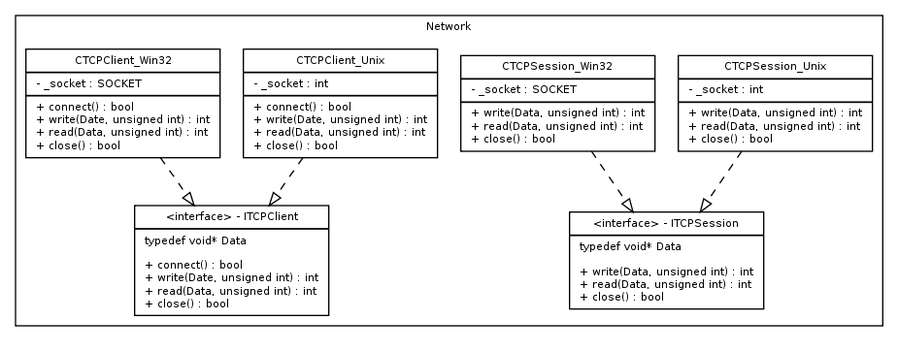
The Graphviz diagram doc/dot/socket.png in Surogate/airtipe, before a commit. Its source is kept beside it as doc/dot/socket.dot.
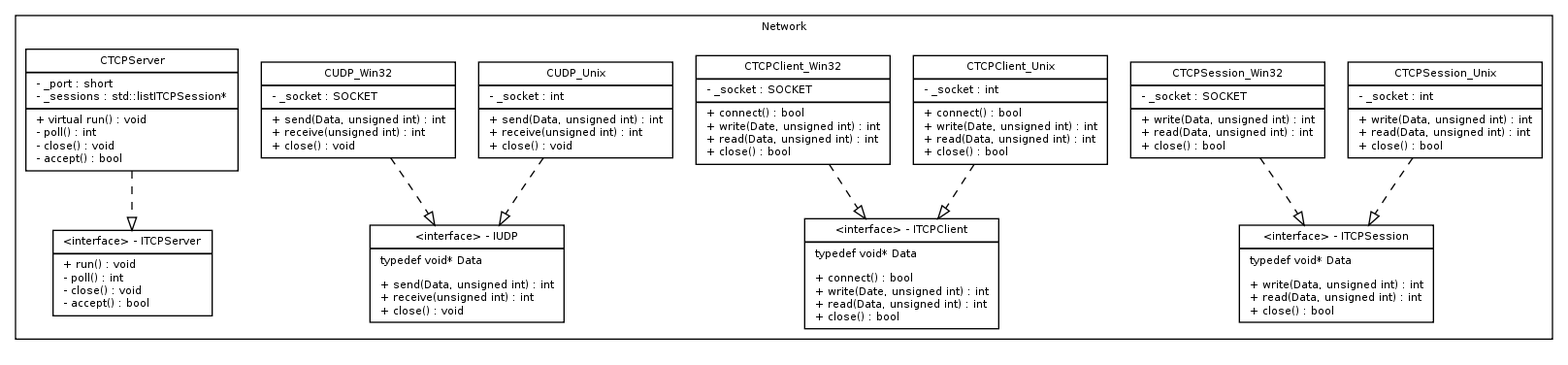
Later version of the same file.

Commit message:
dot socket ok

Change to the diagram source:
```diff
@@ -96,6 +96,73 @@
 CTCPClient_Unix -> ITCPClient
 CTCPClient_Win32 -> ITCPClient
 
+IUDP [
+label = "{\
+\<interface\> - IUDP|\
+typedef void* Data\l\l\
++ send(Data, unsigned int) : int\l\
++ receive(unsigned int) : int\l\
++ close() : void\l\
+}"
+]
+
+CUDP_Unix [
+label = "{\
+CUDP_Unix|\
+- _socket : int\l|\
++ send(Data, unsigned int) : int\l\
++ receive(unsigned int) : int\l\
++ close() : void\l\
+}"
+]
+
+CUDP_Win32 [
+label = "{\
+CUDP_Win32|\
+- _socket : SOCKET\l|\
++ send(Data, unsigned int) : int\l\
++ receive(unsigned int) : int\l\
++ close() : void\l\
+}"
+]
+
+edge [
+arrowhead = "onormal"
+style = "dashed"
+]
+
+CUDP_Unix -> IUDP
+CUDP_Win32 -> IUDP
+
+ITCPServer [
+label = "{\
+\<interface\> - ITCPServer|\
++ run() : void\l\
+- poll() : int\l\
+- close() : void\l\
+- accept() : bool\l\
+}"
+]
+
+CTCPServer [
+label = "{\
+CTCPServer|\
+- _port : short\l\
+- _sessions : std::list<ITCPSession*>\l|\
++ virtual run() : void\l\
+- poll() : int\l\
+- close() : void\l\
+- accept() : bool\l\
+}"
+]
+
+edge [
+arrowhead = "onormal"
+style = "dashed"
+]
+
+CTCPServer -> ITCPServer
+
 }
 
 }
```
